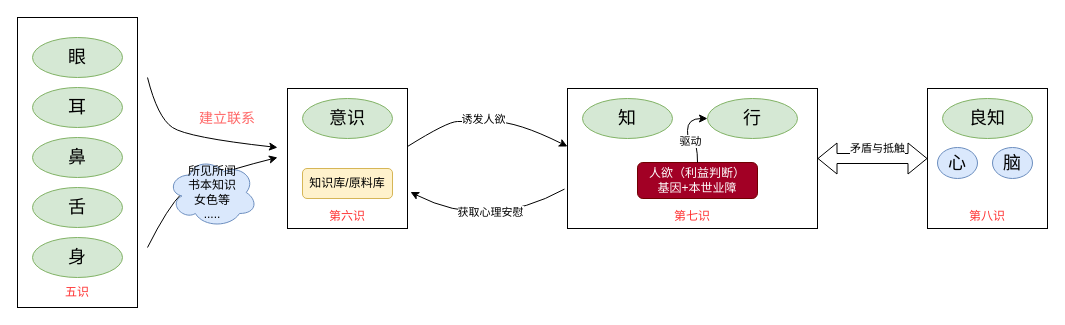
Before: page "人欲" (2 of 4) of xinxue.drawio in kason-huang/DrawIO, a draw.io diagram. Source tidied: cells renumbered, new cells numbered last; positions are measured from the earlier drawing's top-left corner, leaving out a move shared by most shapes. Both pictures are drawn from the tidied source at 100%, with x=0, y=0 at pixel (17, 17).
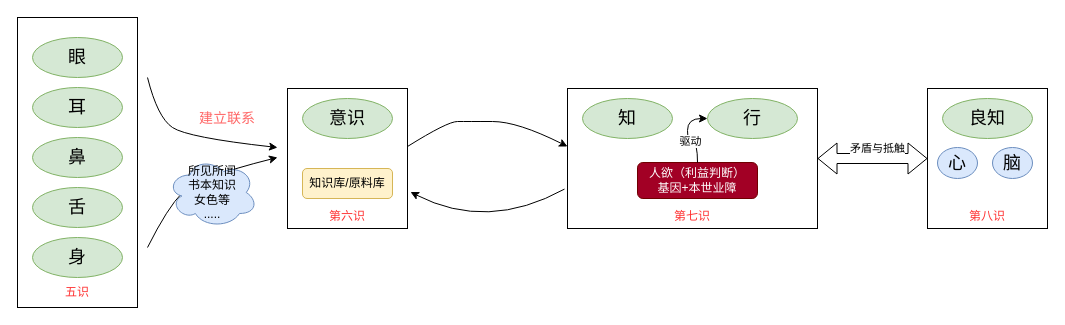
The same page after the edit.

The change refers to these unchanged cells:
```xml
<mxCell id="17" style="curved=1;endArrow=classic;html=1;rounded=0;exitX=1;exitY=0.25;exitDx=0;exitDy=0;entryX=0;entryY=0.25;entryDx=0;entryDy=0;" parent="1" edge="1">
  <mxGeometry relative="1" as="geometry">
    <mxPoint x="390" y="129" as="sourcePoint" />
    <mxPoint x="550" y="129" as="targetPoint" />
    <Array as="points">
      <mxPoint x="430" y="104" />
      <mxPoint x="450" y="104" />
      <mxPoint x="500" y="104" />
    </Array>
  </mxGeometry>
</mxCell>
<mxCell id="19" style="curved=1;endArrow=none;html=1;rounded=0;exitX=1.025;exitY=0.575;exitDx=0;exitDy=0;entryX=-0.012;entryY=0.554;entryDx=0;entryDy=0;entryPerimeter=0;exitPerimeter=0;endFill=0;startArrow=classic;startFill=1;" parent="1" edge="1">
  <mxGeometry relative="1" as="geometry">
    <mxPoint x="393" y="174.5" as="sourcePoint" />
    <mxPoint x="547" y="171.6" as="targetPoint" />
    <Array as="points">
      <mxPoint x="470" y="214" />
    </Array>
  </mxGeometry>
</mxCell>
```

Diff of the diagram source:
```diff
@@
-    <mxCell id="18" value="诱发人欲" style="edgeLabel;html=1;align=center;verticalAlign=middle;" parent="17" vertex="1">
-      <mxGeometry x="-0.04" y="4" relative="1" as="geometry">
-        <mxPoint y="1" as="offset" />
-      </mxGeometry>
-    </mxCell>
@@
-    <mxCell id="20" value="获取心理安慰" style="edgeLabel;html=1;align=center;verticalAlign=middle;" parent="19" vertex="1">
-      <mxGeometry x="0.12" y="16" relative="1" as="geometry" />
-    </mxCell>
```
